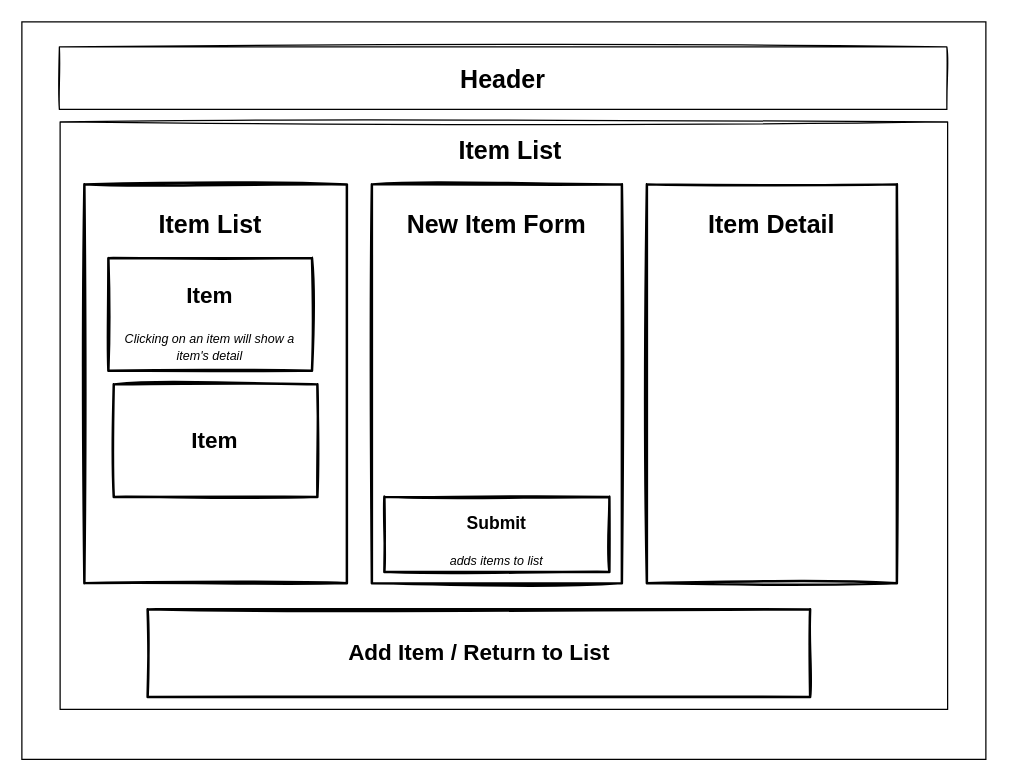
fc-dogan/merch-site keeps this draw.io diagram as img/merch site.drawio. Above is the earlier version. Source tidied: cells renumbered, new cells numbered last; positions are measured from the earlier drawing's top-left corner, leaving out a move shared by most shapes. Both pictures are drawn from the tidied source at 125%, with x=0, y=0 at pixel (21, 21).
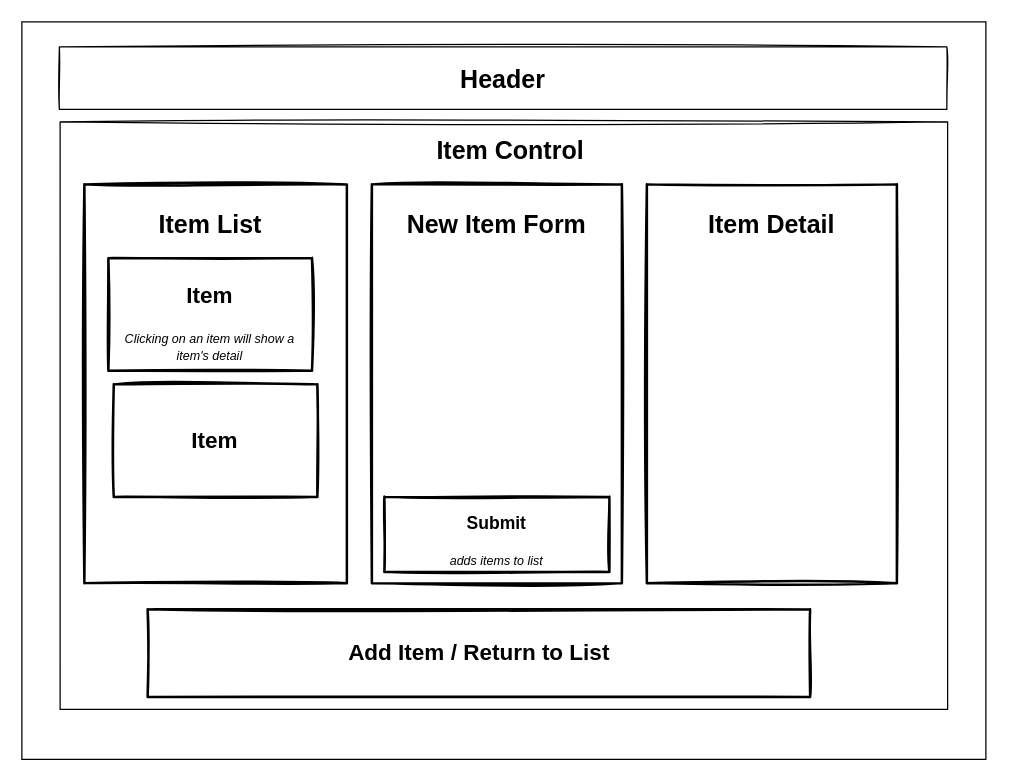
The same diagram, later.

What changed in the source:
```diff
@@
 <mxGraphModel>
   <root>
     <mxCell id="0" />
     <mxCell id="1" parent="0" />
     <mxCell id="2" style="rounded=0;whiteSpace=wrap;html=1;" parent="1" vertex="1">
       <mxGeometry width="771.2" height="590" as="geometry" />
     </mxCell>
     <mxCell id="3" style="group;" parent="1" vertex="1">
       <mxGeometry x="30.6" y="80" width="710" height="480" as="geometry" />
     </mxCell>
     <mxCell id="4" style="rounded=0;whiteSpace=wrap;html=1;sketch=1;strokeColor=#000000;fillColor=#ffffff;fontSize=19;" parent="3" vertex="1">
       <mxGeometry width="710" height="470" as="geometry" />
     </mxCell>
-    <mxCell id="5" value="&lt;h2 style=&quot;font-family: &amp;#34;permanent marker&amp;#34;&quot;&gt;&lt;font style=&quot;font-size: 20px&quot;&gt;Item List&lt;/font&gt;&lt;/h2&gt;" style="text;html=1;strokeColor=none;fillColor=none;align=center;verticalAlign=middle;whiteSpace=wrap;rounded=0;sketch=1;fontSize=19;" parent="3" vertex="1">
+    <mxCell id="5" value="&lt;h2 style=&quot;font-family: &amp;#34;permanent marker&amp;#34;&quot;&gt;&lt;font style=&quot;font-size: 20px&quot;&gt;Item Control&lt;/font&gt;&lt;/h2&gt;" style="text;html=1;strokeColor=none;fillColor=none;align=center;verticalAlign=middle;whiteSpace=wrap;rounded=0;sketch=1;fontSize=19;" parent="3" vertex="1">
       <mxGeometry x="230" y="10" width="260" height="20" as="geometry" />
     </mxCell>
     <mxCell id="6" value="&lt;h2&gt;Add Item / Return to List&lt;/h2&gt;" style="whiteSpace=wrap;html=1;strokeWidth=2;fontStyle=1;spacingTop=0;rounded=0;arcSize=9;sketch=1;fontFamily=Permanent Marker;hachureGap=8;fillWeight=1;" parent="3" vertex="1">
       <mxGeometry x="70" y="390" width="530" height="70" as="geometry" />
     </mxCell>
     <mxCell id="7" value="&lt;font style=&quot;font-size: 20px&quot;&gt;Header&lt;/font&gt;" style="rounded=0;whiteSpace=wrap;html=1;sketch=1;fontStyle=1;" parent="1" vertex="1">
       <mxGeometry x="30" y="20" width="710" height="50" as="geometry" />
     </mxCell>
     <mxCell id="8" style="group;" parent="1" vertex="1">
       <mxGeometry x="280" y="130" width="230.8" height="349" as="geometry" />
     </mxCell>
     <mxCell id="9" value="&lt;h2&gt;&lt;br&gt;&lt;/h2&gt;" style="whiteSpace=wrap;html=1;strokeWidth=2;fontStyle=1;spacingTop=0;rounded=0;arcSize=9;sketch=1;fontFamily=Permanent Marker;hachureGap=8;fillWeight=1;" parent="8" vertex="1">
       <mxGeometry width="200" height="319" as="geometry" />
     </mxCell>
     <mxCell id="10" value="&lt;h2 style=&quot;font-family: &amp;#34;permanent marker&amp;#34;&quot;&gt;&lt;font style=&quot;font-size: 20px&quot;&gt;New Item Form&lt;/font&gt;&lt;/h2&gt;" style="text;html=1;strokeColor=none;fillColor=none;align=center;verticalAlign=middle;whiteSpace=wrap;rounded=0;sketch=1;fontSize=19;" parent="8" vertex="1">
       <mxGeometry x="20.8" y="19" width="158.3" height="20" as="geometry" />
     </mxCell>
     <mxCell id="11" style="group;" parent="1" vertex="1">
       <mxGeometry x="500" y="130" width="200" height="319" as="geometry" />
     </mxCell>
     <mxCell id="12" value="&lt;h2&gt;&lt;br&gt;&lt;/h2&gt;" style="whiteSpace=wrap;html=1;strokeWidth=2;fontStyle=1;spacingTop=0;rounded=0;arcSize=9;sketch=1;fontFamily=Permanent Marker;hachureGap=8;fillWeight=1;" parent="11" vertex="1">
       <mxGeometry width="200" height="319" as="geometry" />
     </mxCell>
     <mxCell id="13" value="&lt;h2 style=&quot;font-family: &amp;#34;permanent marker&amp;#34;&quot;&gt;&lt;span style=&quot;font-size: 20px&quot;&gt;Item Detail&lt;/span&gt;&lt;/h2&gt;" style="text;html=1;strokeColor=none;fillColor=none;align=center;verticalAlign=middle;whiteSpace=wrap;rounded=0;sketch=1;fontSize=19;" parent="11" vertex="1">
       <mxGeometry x="30.8" y="19" width="138.3" height="20" as="geometry" />
     </mxCell>
     <mxCell id="14" style="group;" parent="1" vertex="1">
       <mxGeometry x="50" y="130" width="210" height="319" as="geometry" />
     </mxCell>
     <mxCell id="15" value="&lt;h2&gt;&lt;br&gt;&lt;/h2&gt;" style="whiteSpace=wrap;html=1;strokeWidth=2;fontStyle=1;spacingTop=0;rounded=0;arcSize=9;sketch=1;fontFamily=Permanent Marker;hachureGap=8;fillWeight=1;" parent="14" vertex="1">
       <mxGeometry width="210" height="319" as="geometry" />
     </mxCell>
     <mxCell id="16" value="&lt;h2 style=&quot;font-family: &amp;#34;permanent marker&amp;#34;&quot;&gt;&lt;font style=&quot;font-size: 20px&quot;&gt;Item List&lt;/font&gt;&lt;/h2&gt;" style="text;html=1;strokeColor=none;fillColor=none;align=center;verticalAlign=middle;whiteSpace=wrap;rounded=0;sketch=1;fontSize=19;" parent="14" vertex="1">
       <mxGeometry x="33.5" y="19" width="134.2" height="20" as="geometry" />
     </mxCell>
     <mxCell id="17" value="&lt;h2&gt;Item&lt;/h2&gt;&lt;span style=&quot;font-size: 10px ; font-weight: 400&quot;&gt;&lt;i&gt;Clicking on an item will show a item's detail&lt;/i&gt;&lt;/span&gt;" style="whiteSpace=wrap;html=1;strokeWidth=2;fillColor=swimlane;fontStyle=1;spacingTop=0;rounded=0;arcSize=9;sketch=1;fontFamily=Permanent Marker;hachureGap=8;fillWeight=1;" parent="14" vertex="1">
       <mxGeometry x="19.2" y="59" width="162.9" height="90" as="geometry" />
     </mxCell>
     <mxCell id="18" value="&lt;h2&gt;Item&lt;/h2&gt;" style="whiteSpace=wrap;html=1;strokeWidth=2;fillColor=swimlane;fontStyle=1;spacingTop=0;rounded=0;arcSize=9;sketch=1;fontFamily=Permanent Marker;hachureGap=8;fillWeight=1;" parent="14" vertex="1">
       <mxGeometry x="23.5" y="160" width="162.9" height="90" as="geometry" />
     </mxCell>
     <mxCell id="19" value="&lt;h3&gt;Submit&lt;/h3&gt;&lt;span style=&quot;font-size: 10px ; font-weight: 400&quot;&gt;&lt;i&gt;adds items to list&lt;/i&gt;&lt;/span&gt;" style="whiteSpace=wrap;html=1;strokeWidth=2;fillColor=swimlane;fontStyle=1;spacingTop=0;rounded=0;arcSize=9;sketch=1;fontFamily=Permanent Marker;hachureGap=8;fillWeight=1;spacing=2;horizontal=1;labelPosition=center;verticalLabelPosition=middle;align=center;verticalAlign=bottom;" parent="1" vertex="1">
       <mxGeometry x="290" y="380" width="180" height="60" as="geometry" />
     </mxCell>
   </root>
 </mxGraphModel>
```
